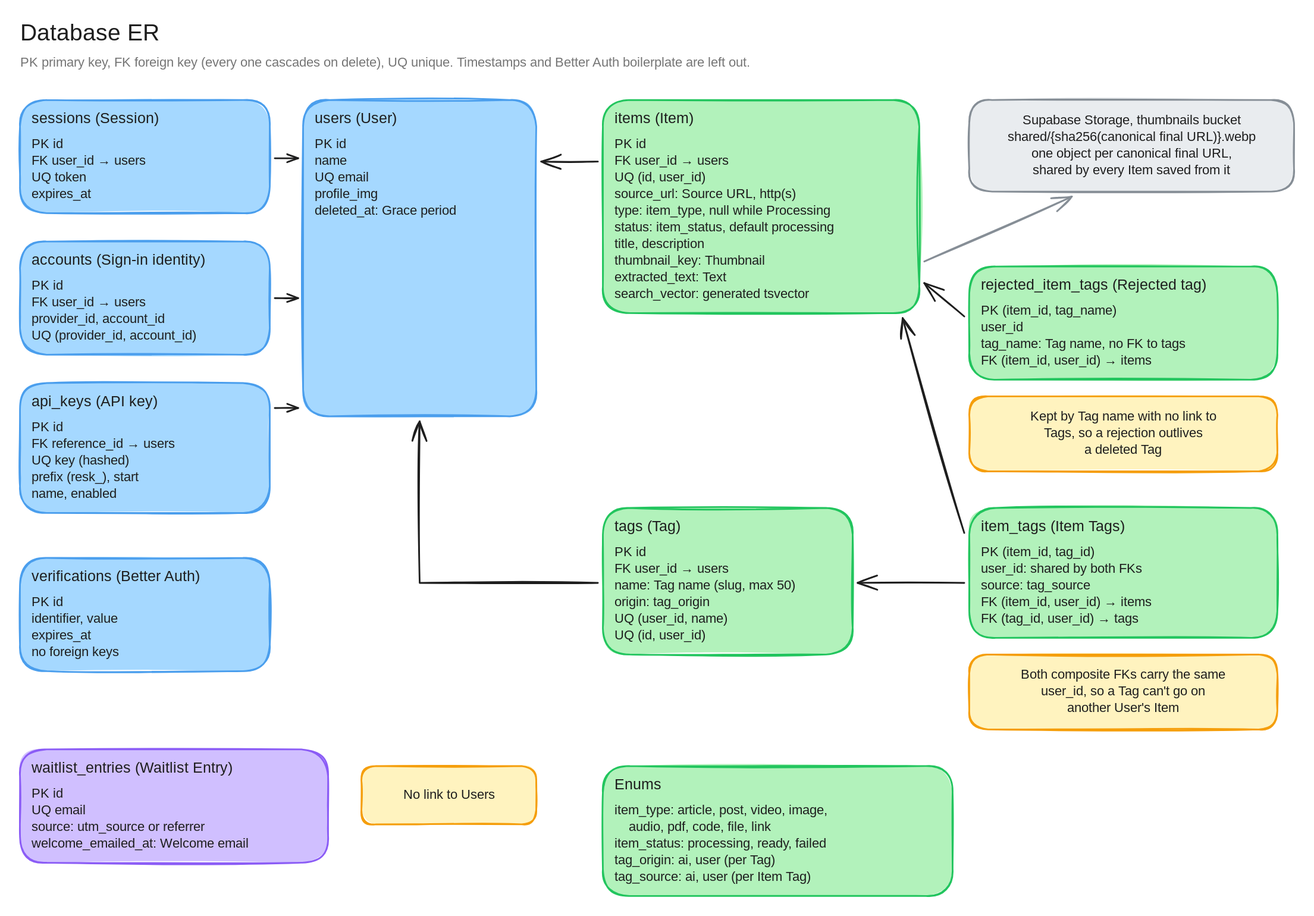
Earlier version of the Excalidraw export docs/diagrams/database-er.excalidraw.svg (souravdotdev/Resonory). Source tidied: one line per element, renumbered; positions are measured from the earlier drawing's top-left corner, leaving out a move shared by most shapes. Its diagram source:
```json
{"id": 0, "type": "text", "text": "Database ER", "strokeColor": "#1e1e1e", "strokeWidth": 2, "roughness": 1, "fontSize": 28, "fontFamily": 5, "x": 0, "y": 0, "width": 308, "height": 35}
{"id": 1, "type": "text", "text": "PK primary key, FK foreign key (every one cascades on delete), UQ unique. Timestamps and Better Auth boilerplate are left out.", "strokeColor": "#757575", "strokeWidth": 2, "roughness": 1, "fontSize": 16, "fontFamily": 5, "x": 0, "y": 42, "width": 1109, "height": 20}
{"id": 2, "type": "rectangle", "strokeColor": "#4a9eed", "backgroundColor": "#a5d8ff", "fillStyle": "solid", "strokeWidth": 2, "roughness": 1, "round": true, "x": 0, "y": 96, "width": 300, "height": 136}
{"id": 3, "type": "text", "text": "sessions (Session)", "strokeColor": "#1e1e1e", "strokeWidth": 2, "roughness": 1, "fontSize": 18, "fontFamily": 5, "x": 14, "y": 108, "width": 179, "height": 23}
{"id": 4, "type": "text", "text": "PK id\nFK user_id → users\nUQ token\nexpires_at", "strokeColor": "#1e1e1e", "strokeWidth": 2, "roughness": 1, "fontSize": 16, "fontFamily": 5, "x": 14, "y": 140, "width": 159, "height": 80}
{"id": 5, "type": "rectangle", "strokeColor": "#4a9eed", "backgroundColor": "#a5d8ff", "fillStyle": "solid", "strokeWidth": 2, "roughness": 1, "round": true, "x": 0, "y": 266, "width": 300, "height": 136}
{"id": 6, "type": "text", "text": "accounts (Sign-in identity)", "strokeColor": "#1e1e1e", "strokeWidth": 2, "roughness": 1, "fontSize": 18, "fontFamily": 5, "x": 14, "y": 278, "width": 268, "height": 23}
{"id": 7, "type": "text", "text": "PK id\nFK user_id → users\nprovider_id, account_id\nUQ (provider_id, account_id)", "strokeColor": "#1e1e1e", "strokeWidth": 2, "roughness": 1, "fontSize": 16, "fontFamily": 5, "x": 14, "y": 310, "width": 247, "height": 80}
{"id": 8, "type": "rectangle", "strokeColor": "#4a9eed", "backgroundColor": "#a5d8ff", "fillStyle": "solid", "strokeWidth": 2, "roughness": 1, "round": true, "x": 0, "y": 436, "width": 300, "height": 156}
{"id": 9, "type": "text", "text": "api_keys (API key)", "strokeColor": "#1e1e1e", "strokeWidth": 2, "roughness": 1, "fontSize": 18, "fontFamily": 5, "x": 14, "y": 448, "width": 179, "height": 23}
{"id": 10, "type": "text", "text": "PK id\nFK reference_id → users\nUQ key (hashed)\nprefix (resk_), start\nname, enabled", "strokeColor": "#1e1e1e", "strokeWidth": 2, "roughness": 1, "fontSize": 16, "fontFamily": 5, "x": 14, "y": 480, "width": 203, "height": 100}
{"id": 11, "type": "rectangle", "strokeColor": "#4a9eed", "backgroundColor": "#a5d8ff", "fillStyle": "solid", "strokeWidth": 2, "roughness": 1, "round": true, "x": 0, "y": 646, "width": 300, "height": 136}
{"id": 12, "type": "text", "text": "verifications (Better Auth)", "strokeColor": "#1e1e1e", "strokeWidth": 2, "roughness": 1, "fontSize": 18, "fontFamily": 5, "x": 14, "y": 658, "width": 268, "height": 23}
{"id": 13, "type": "text", "text": "PK id\nidentifier, value\nexpires_at\nno foreign keys", "strokeColor": "#1e1e1e", "strokeWidth": 2, "roughness": 1, "fontSize": 16, "fontFamily": 5, "x": 14, "y": 690, "width": 150, "height": 80}
{"id": 14, "type": "rectangle", "strokeColor": "#4a9eed", "backgroundColor": "#a5d8ff", "fillStyle": "solid", "strokeWidth": 2, "roughness": 1, "round": true, "x": 340, "y": 96, "width": 280, "height": 380}
{"id": 15, "type": "text", "text": "users (User)", "strokeColor": "#1e1e1e", "strokeWidth": 2, "roughness": 1, "fontSize": 18, "fontFamily": 5, "x": 354, "y": 108, "width": 119, "height": 23}
{"id": 16, "type": "text", "text": "PK id\nname\nUQ email\nprofile_img\ndeleted_at: Grace period", "strokeColor": "#1e1e1e", "strokeWidth": 2, "roughness": 1, "fontSize": 16, "fontFamily": 5, "x": 354, "y": 140, "width": 212, "height": 100}
{"id": 17, "type": "rectangle", "strokeColor": "#22c55e", "backgroundColor": "#b2f2bb", "fillStyle": "solid", "strokeWidth": 2, "roughness": 1, "round": true, "x": 700, "y": 96, "width": 380, "height": 256}
{"id": 18, "type": "text", "text": "items (Item)", "strokeColor": "#1e1e1e", "strokeWidth": 2, "roughness": 1, "fontSize": 18, "fontFamily": 5, "x": 714, "y": 108, "width": 119, "height": 23}
{"id": 19, "type": "text", "text": "PK id\nFK user_id → users\nUQ (id, user_id)\nsource_url: Source URL, http(s)\ntype: item_type, null while Processing\nstatus: item_status, default processing\ntitle, description\nthumbnail_key: Thumbnail\nextracted_text: Text\nsearch_vector: generated tsvector", "strokeColor": "#1e1e1e", "strokeWidth": 2, "roughness": 1, "fontSize": 16, "fontFamily": 5, "x": 714, "y": 140, "width": 344, "height": 200}
{"id": 20, "type": "rectangle", "strokeColor": "#868e96", "backgroundColor": "#e9ecef", "fillStyle": "solid", "strokeWidth": 2, "roughness": 1, "round": true, "x": 1140, "y": 96, "width": 390, "height": 110}
{"id": 21, "type": "text", "text": "Supabase Storage, thumbnails bucket\nshared/{sha256(canonical final URL)}.webp\none object per canonical final URL,\nshared by every Item saved from it", "strokeColor": "#1e1e1e", "strokeWidth": 2, "roughness": 1, "fontSize": 16, "fontFamily": 5, "textAlign": "center", "verticalAlign": "middle", "inside": 20, "x": 1150, "y": 111, "width": 370, "height": 80}
{"id": 22, "type": "rectangle", "strokeColor": "#22c55e", "backgroundColor": "#b2f2bb", "fillStyle": "solid", "strokeWidth": 2, "roughness": 1, "round": true, "x": 1140, "y": 296, "width": 370, "height": 136}
{"id": 23, "type": "text", "text": "rejected_item_tags (Rejected tag)", "strokeColor": "#1e1e1e", "strokeWidth": 2, "roughness": 1, "fontSize": 18, "fontFamily": 5, "x": 1154, "y": 308, "width": 327, "height": 23}
{"id": 24, "type": "text", "text": "PK (item_id, tag_name)\nuser_id\ntag_name: Tag name, no FK to tags\nFK (item_id, user_id) → items", "strokeColor": "#1e1e1e", "strokeWidth": 2, "roughness": 1, "fontSize": 16, "fontFamily": 5, "x": 1154, "y": 340, "width": 291, "height": 80}
{"id": 25, "type": "rectangle", "strokeColor": "#f59e0b", "backgroundColor": "#fff3bf", "fillStyle": "solid", "strokeWidth": 2, "roughness": 1, "round": true, "x": 1140, "y": 452, "width": 370, "height": 90}
{"id": 26, "type": "text", "text": "Kept by Tag name with no link to\nTags, so a rejection outlives\na deleted Tag", "strokeColor": "#1e1e1e", "strokeWidth": 2, "roughness": 1, "fontSize": 16, "fontFamily": 5, "textAlign": "center", "verticalAlign": "middle", "inside": 25, "x": 1184, "y": 467, "width": 282, "height": 60}
{"id": 27, "type": "rectangle", "strokeColor": "#22c55e", "backgroundColor": "#b2f2bb", "fillStyle": "solid", "strokeWidth": 2, "roughness": 1, "round": true, "x": 1140, "y": 586, "width": 370, "height": 156}
{"id": 28, "type": "text", "text": "item_tags (Item Tags)", "strokeColor": "#1e1e1e", "strokeWidth": 2, "roughness": 1, "fontSize": 18, "fontFamily": 5, "x": 1154, "y": 598, "width": 208, "height": 23}
{"id": 29, "type": "text", "text": "PK (item_id, tag_id)\nuser_id: shared by both FKs\nsource: tag_source\nFK (item_id, user_id) → items\nFK (tag_id, user_id) → tags", "strokeColor": "#1e1e1e", "strokeWidth": 2, "roughness": 1, "fontSize": 16, "fontFamily": 5, "x": 1154, "y": 630, "width": 256, "height": 100}
{"id": 30, "type": "rectangle", "strokeColor": "#f59e0b", "backgroundColor": "#fff3bf", "fillStyle": "solid", "strokeWidth": 2, "roughness": 1, "round": true, "x": 1140, "y": 762, "width": 370, "height": 90}
{"id": 31, "type": "text", "text": "Both composite FKs carry the same\nuser_id, so a Tag can't go on\nanother User's Item", "strokeColor": "#1e1e1e", "strokeWidth": 2, "roughness": 1, "fontSize": 16, "fontFamily": 5, "textAlign": "center", "verticalAlign": "middle", "inside": 30, "x": 1180, "y": 777, "width": 291, "height": 60}
{"id": 32, "type": "rectangle", "strokeColor": "#22c55e", "backgroundColor": "#b2f2bb", "fillStyle": "solid", "strokeWidth": 2, "roughness": 1, "round": true, "x": 700, "y": 586, "width": 300, "height": 176}
{"id": 33, "type": "text", "text": "tags (Tag)", "strokeColor": "#1e1e1e", "strokeWidth": 2, "roughness": 1, "fontSize": 18, "fontFamily": 5, "x": 714, "y": 598, "width": 100, "height": 23}
{"id": 34, "type": "text", "text": "PK id\nFK user_id → users\nname: Tag name (slug, max 50)\norigin: tag_origin\nUQ (user_id, name)\nUQ (id, user_id)", "strokeColor": "#1e1e1e", "strokeWidth": 2, "roughness": 1, "fontSize": 16, "fontFamily": 5, "x": 714, "y": 630, "width": 256, "height": 120}
{"id": 35, "type": "rectangle", "strokeColor": "#22c55e", "backgroundColor": "#b2f2bb", "fillStyle": "solid", "strokeWidth": 2, "roughness": 1, "round": true, "x": 700, "y": 896, "width": 420, "height": 156}
{"id": 36, "type": "text", "text": "Enums", "strokeColor": "#1e1e1e", "strokeWidth": 2, "roughness": 1, "fontSize": 18, "fontFamily": 5, "x": 714, "y": 908, "width": 50, "height": 23}
{"id": 37, "type": "text", "text": "item_type: article, post, video, image,\n    audio, pdf, code, file, link\nitem_status: processing, ready, failed\ntag_origin: ai, user (per Tag)\ntag_source: ai, user (per Item Tag)", "strokeColor": "#1e1e1e", "strokeWidth": 2, "roughness": 1, "fontSize": 16, "fontFamily": 5, "x": 714, "y": 940, "width": 344, "height": 100}
{"id": 38, "type": "rectangle", "strokeColor": "#8b5cf6", "backgroundColor": "#d0bfff", "fillStyle": "solid", "strokeWidth": 2, "roughness": 1, "round": true, "x": 0, "y": 876, "width": 370, "height": 136}
{"id": 39, "type": "text", "text": "waitlist_entries (Waitlist Entry)", "strokeColor": "#1e1e1e", "strokeWidth": 2, "roughness": 1, "fontSize": 18, "fontFamily": 5, "x": 14, "y": 888, "width": 327, "height": 23}
{"id": 40, "type": "text", "text": "PK id\nUQ email\nsource: utm_source or referrer\nwelcome_emailed_at: Welcome email", "strokeColor": "#1e1e1e", "strokeWidth": 2, "roughness": 1, "fontSize": 16, "fontFamily": 5, "x": 14, "y": 920, "width": 291, "height": 80}
{"id": 41, "type": "rectangle", "strokeColor": "#f59e0b", "backgroundColor": "#fff3bf", "fillStyle": "solid", "strokeWidth": 2, "roughness": 1, "round": true, "x": 410, "y": 896, "width": 210, "height": 70}
{"id": 42, "type": "text", "text": "No link to Users", "strokeColor": "#1e1e1e", "strokeWidth": 2, "roughness": 1, "fontSize": 16, "fontFamily": 5, "textAlign": "center", "verticalAlign": "middle", "inside": 41, "x": 444, "y": 921, "width": 141, "height": 20}
{"id": 43, "type": "arrow", "strokeColor": "#1e1e1e", "strokeWidth": 2, "roughness": 1, "endArrowhead": "arrow", "from": 2, "to": 14, "x": 306, "y": 166, "width": 28, "height": 0, "points": [[0, 0], [28, 0]]}
{"id": 44, "type": "arrow", "strokeColor": "#1e1e1e", "strokeWidth": 2, "roughness": 1, "endArrowhead": "arrow", "from": 5, "to": 14, "x": 306, "y": 334, "width": 28, "height": 0, "points": [[0, 0], [28, 0]]}
{"id": 45, "type": "arrow", "strokeColor": "#1e1e1e", "strokeWidth": 2, "roughness": 1, "endArrowhead": "arrow", "from": 8, "to": 14, "x": 306, "y": 466, "width": 28, "height": 0, "points": [[0, 0], [28, 0]]}
{"id": 46, "type": "arrow", "strokeColor": "#1e1e1e", "strokeWidth": 2, "roughness": 1, "endArrowhead": "arrow", "from": 17, "to": 14, "x": 694, "y": 170, "width": 68, "height": 0, "points": [[0, 0], [-68, 0]]}
{"id": 47, "type": "arrow", "strokeColor": "#1e1e1e", "strokeWidth": 2, "roughness": 1, "endArrowhead": "arrow", "from": 32, "to": 14, "x": 694, "y": 676, "width": 214, "height": 194, "points": [[0, 0], [-214, 0], [-214, -194]]}
{"id": 48, "type": "arrow", "strokeColor": "#1e1e1e", "strokeWidth": 2, "roughness": 1, "endArrowhead": "arrow", "from": 22, "to": 17, "x": 1134, "y": 356, "width": 48, "height": 40, "points": [[0, 0], [-48, -40]]}
{"id": 49, "type": "arrow", "strokeColor": "#1e1e1e", "strokeWidth": 2, "roughness": 1, "endArrowhead": "arrow", "from": 27, "to": 17, "x": 1134, "y": 616, "width": 74, "height": 258, "points": [[0, 0], [-74, -258]]}
{"id": 50, "type": "arrow", "strokeColor": "#1e1e1e", "strokeWidth": 2, "roughness": 1, "endArrowhead": "arrow", "from": 27, "to": 32, "x": 1134, "y": 676, "width": 128, "height": 0, "points": [[0, 0], [-128, 0]]}
{"id": 51, "type": "arrow", "strokeColor": "#868e96", "strokeWidth": 2, "roughness": 1, "endArrowhead": "arrow", "from": 17, "to": 20, "x": 1086, "y": 290, "width": 177, "height": 78, "points": [[0, 0], [177, -78]]}
```
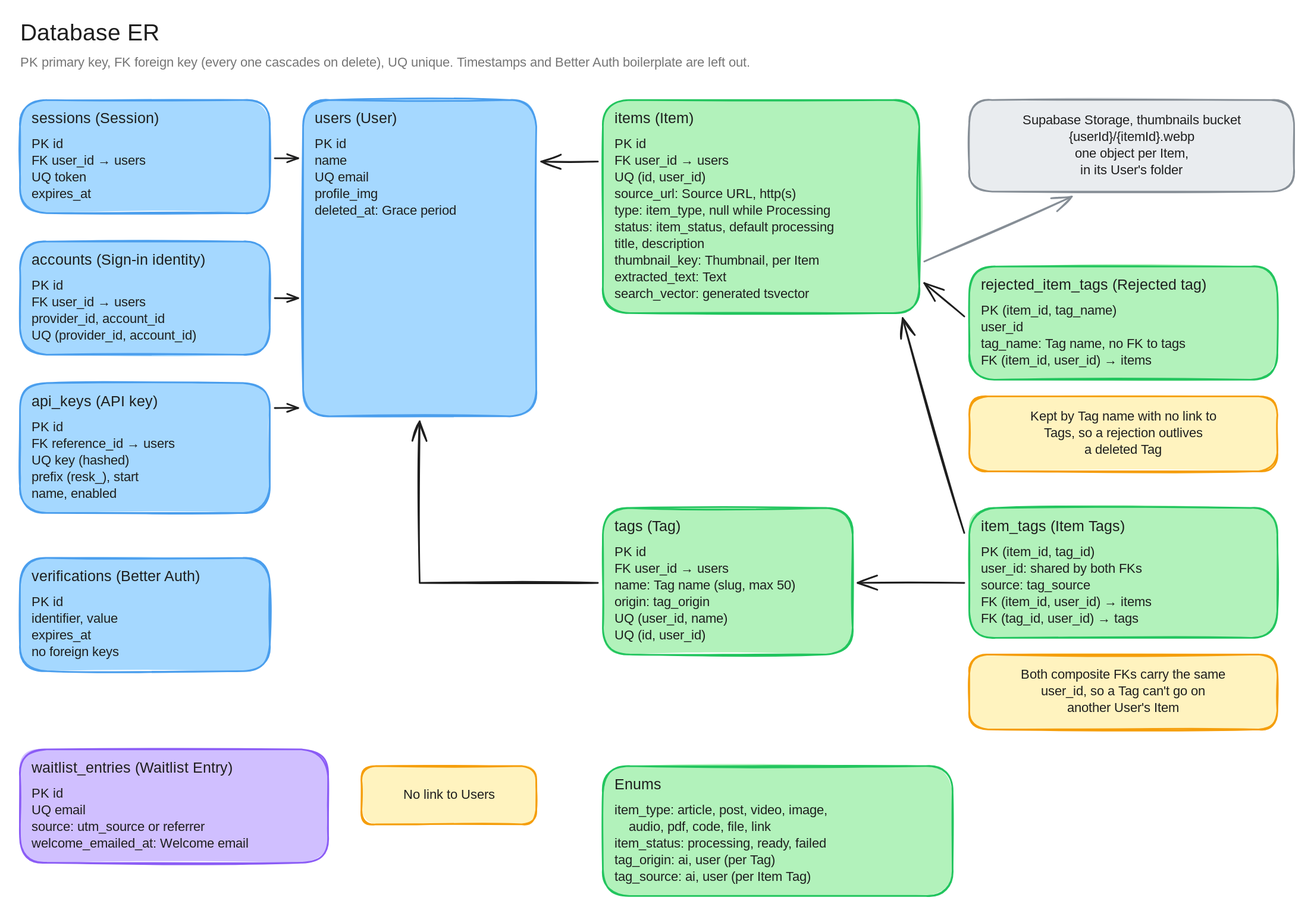
After the commit.

Commit message:
docs(diagrams): show thumbnail_key as each Item's own {userId}/{itemId}.webp in the database ER

The edit, as a diff of the source:
```diff
@@ -17,9 +17,9 @@
 {"id": 16, "type": "text", "text": "PK id\nname\nUQ email\nprofile_img\ndeleted_at: Grace period", "strokeColor": "#1e1e1e", "strokeWidth": 2, "roughness": 1, "fontSize": 16, "fontFamily": 5, "x": 354, "y": 140, "width": 212, "height": 100}
 {"id": 17, "type": "rectangle", "strokeColor": "#22c55e", "backgroundColor": "#b2f2bb", "fillStyle": "solid", "strokeWidth": 2, "roughness": 1, "round": true, "x": 700, "y": 96, "width": 380, "height": 256}
 {"id": 18, "type": "text", "text": "items (Item)", "strokeColor": "#1e1e1e", "strokeWidth": 2, "roughness": 1, "fontSize": 18, "fontFamily": 5, "x": 714, "y": 108, "width": 119, "height": 23}
-{"id": 19, "type": "text", "text": "PK id\nFK user_id → users\nUQ (id, user_id)\nsource_url: Source URL, http(s)\ntype: item_type, null while Processing\nstatus: item_status, default processing\ntitle, description\nthumbnail_key: Thumbnail\nextracted_text: Text\nsearch_vector: generated tsvector", "strokeColor": "#1e1e1e", "strokeWidth": 2, "roughness": 1, "fontSize": 16, "fontFamily": 5, "x": 714, "y": 140, "width": 344, "height": 200}
+{"id": 19, "type": "text", "text": "PK id\nFK user_id → users\nUQ (id, user_id)\nsource_url: Source URL, http(s)\ntype: item_type, null while Processing\nstatus: item_status, default processing\ntitle, description\nthumbnail_key: Thumbnail, per Item\nextracted_text: Text\nsearch_vector: generated tsvector", "strokeColor": "#1e1e1e", "strokeWidth": 2, "roughness": 1, "fontSize": 16, "fontFamily": 5, "x": 714, "y": 140, "width": 344, "height": 200}
 {"id": 20, "type": "rectangle", "strokeColor": "#868e96", "backgroundColor": "#e9ecef", "fillStyle": "solid", "strokeWidth": 2, "roughness": 1, "round": true, "x": 1140, "y": 96, "width": 390, "height": 110}
-{"id": 21, "type": "text", "text": "Supabase Storage, thumbnails bucket\nshared/{sha256(canonical final URL)}.webp\none object per canonical final URL,\nshared by every Item saved from it", "strokeColor": "#1e1e1e", "strokeWidth": 2, "roughness": 1, "fontSize": 16, "fontFamily": 5, "textAlign": "center", "verticalAlign": "middle", "inside": 20, "x": 1150, "y": 111, "width": 370, "height": 80}
+{"id": 21, "type": "text", "text": "Supabase Storage, thumbnails bucket\n{userId}/{itemId}.webp\none object per Item,\nin its User's folder", "strokeColor": "#1e1e1e", "strokeWidth": 2, "roughness": 1, "fontSize": 16, "fontFamily": 5, "textAlign": "center", "verticalAlign": "middle", "inside": 20, "x": 1180, "y": 111, "width": 311, "height": 80}
 {"id": 22, "type": "rectangle", "strokeColor": "#22c55e", "backgroundColor": "#b2f2bb", "fillStyle": "solid", "strokeWidth": 2, "roughness": 1, "round": true, "x": 1140, "y": 296, "width": 370, "height": 136}
 {"id": 23, "type": "text", "text": "rejected_item_tags (Rejected tag)", "strokeColor": "#1e1e1e", "strokeWidth": 2, "roughness": 1, "fontSize": 18, "fontFamily": 5, "x": 1154, "y": 308, "width": 327, "height": 23}
 {"id": 24, "type": "text", "text": "PK (item_id, tag_name)\nuser_id\ntag_name: Tag name, no FK to tags\nFK (item_id, user_id) → items", "strokeColor": "#1e1e1e", "strokeWidth": 2, "roughness": 1, "fontSize": 16, "fontFamily": 5, "x": 1154, "y": 340, "width": 291, "height": 80}
```
